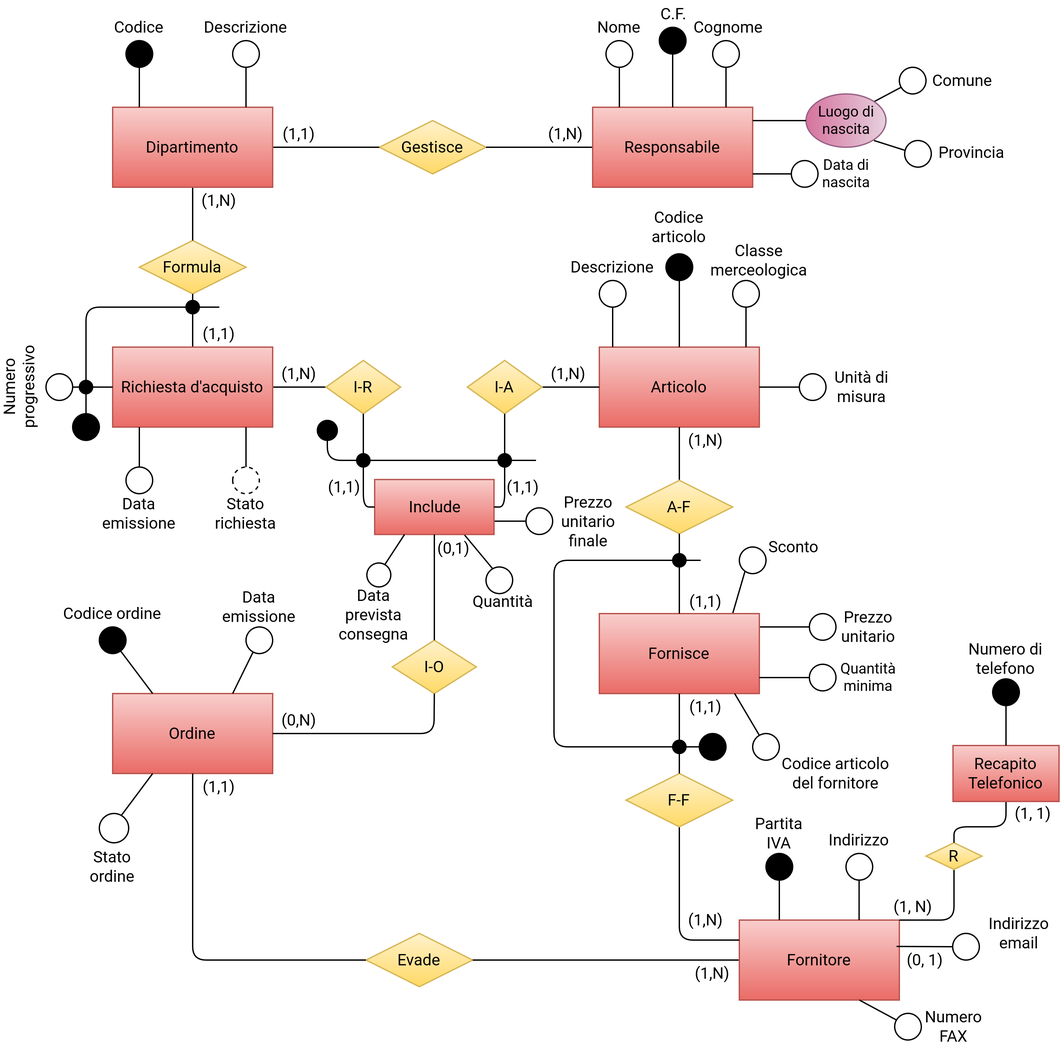
The draw.io diagram ER_final.png in FraBomba6/Progetto_BdD, before a commit. Source tidied: cells renumbered, new cells last; positions are measured from the earlier drawing's top-left corner, leaving out a move shared by most shapes.
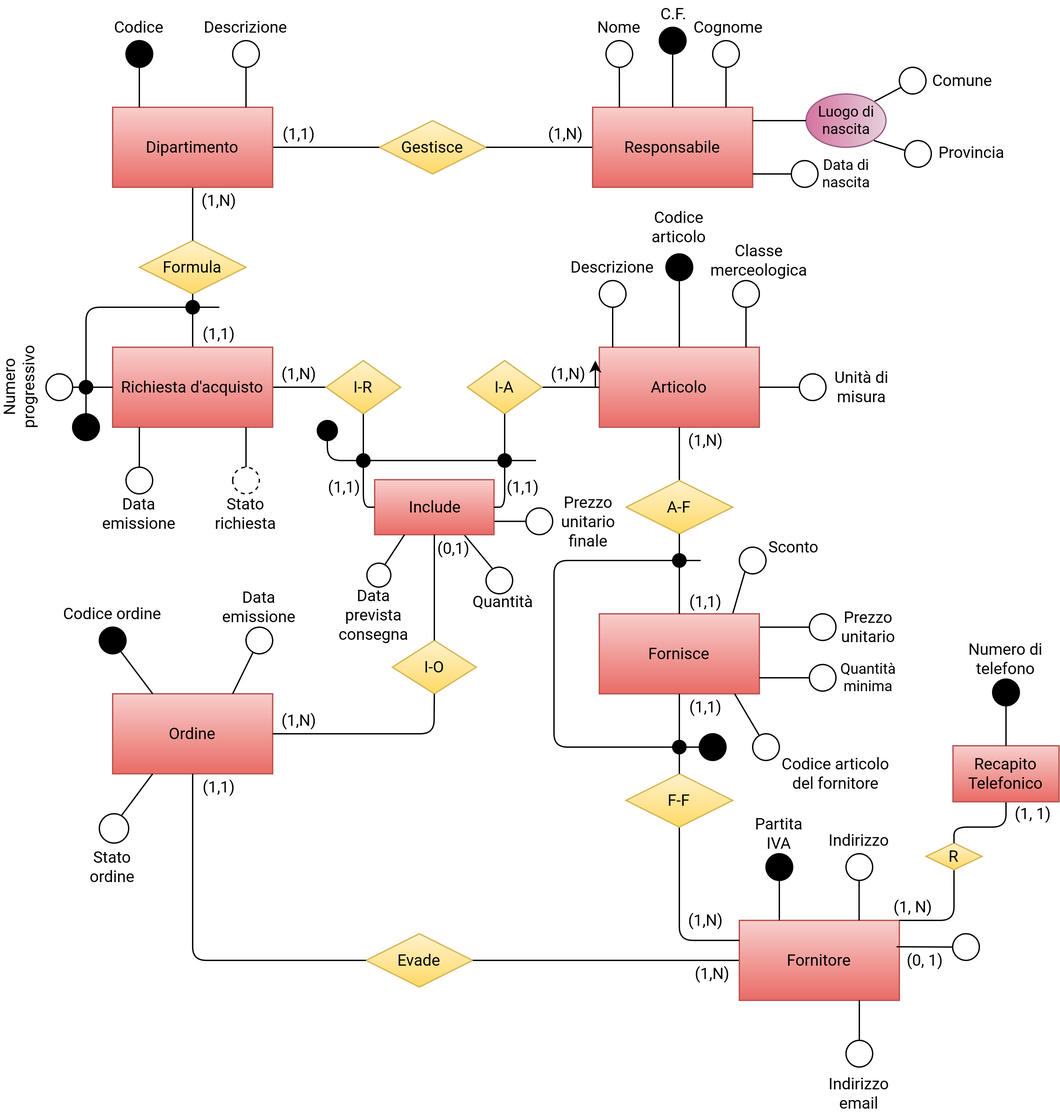
After the commit.

Diff of the diagram source:
```diff
@@ -224,7 +224,7 @@
     <mxCell id="71" value="(1,N)" style="text;html=1;strokeColor=none;fillColor=none;align=center;verticalAlign=middle;whiteSpace=wrap;rounded=0;fontFamily=Roboto;fontSource=https%3A%2F%2Ffonts.googleapis.com%2Fcss%3Ffamily%3DRoboto;" parent="1" vertex="1">
       <mxGeometry x="515" y="320" width="40" height="20" as="geometry" />
     </mxCell>
-    <mxCell id="72" value="(0,N)" style="text;html=1;strokeColor=none;fillColor=none;align=center;verticalAlign=middle;whiteSpace=wrap;rounded=0;fontFamily=Roboto;fontSource=https%3A%2F%2Ffonts.googleapis.com%2Fcss%3Ffamily%3DRoboto;" parent="1" vertex="1">
+    <mxCell id="72" value="(1,N)" style="text;html=1;strokeColor=none;fillColor=none;align=center;verticalAlign=middle;whiteSpace=wrap;rounded=0;fontFamily=Roboto;fontSource=https%3A%2F%2Ffonts.googleapis.com%2Fcss%3Ffamily%3DRoboto;" parent="1" vertex="1">
       <mxGeometry x="210" y="530" width="40" height="20" as="geometry" />
     </mxCell>
     <mxCell id="73" value="(1,N)" style="text;html=1;strokeColor=none;fillColor=none;align=center;verticalAlign=middle;whiteSpace=wrap;rounded=0;fontFamily=Roboto;fontSource=https%3A%2F%2Ffonts.googleapis.com%2Fcss%3Ffamily%3DRoboto;" parent="1" vertex="1">
@@ -283,23 +283,14 @@
       </mxGeometry>
     </mxCell>
     <mxCell id="88" value="Indirizzo email" style="text;html=1;strokeColor=none;fillColor=none;align=center;verticalAlign=middle;whiteSpace=wrap;rounded=0;fontFamily=Roboto;fontSource=https%3A%2F%2Ffonts.googleapis.com%2Fcss%3Ffamily%3DRoboto;" parent="1" vertex="1">
-      <mxGeometry x="750" y="690" width="40" height="20" as="geometry" />
+      <mxGeometry x="630" y="810" width="40" height="20" as="geometry" />
     </mxCell>
-    <mxCell id="89" value="Numero FAX" style="text;html=1;strokeColor=none;fillColor=none;align=center;verticalAlign=middle;whiteSpace=wrap;rounded=0;fontFamily=Roboto;fontSource=https%3A%2F%2Ffonts.googleapis.com%2Fcss%3Ffamily%3DRoboto;" parent="1" vertex="1">
-      <mxGeometry x="701" y="760" width="40" height="20" as="geometry" />
-    </mxCell>
-    <mxCell id="90" style="ellipse;whiteSpace=wrap;html=1;fontFamily=Roboto;fontSource=https%3A%2F%2Ffonts.googleapis.com%2Fcss%3Ffamily%3DRoboto;rotation=30;" parent="1" vertex="1">
-      <mxGeometry x="676.5" y="760" width="20" height="20" as="geometry" />
-    </mxCell>
     <mxCell id="91" style="ellipse;whiteSpace=wrap;html=1;fontFamily=Roboto;fontSource=https%3A%2F%2Ffonts.googleapis.com%2Fcss%3Ffamily%3DRoboto;" parent="1" vertex="1">
       <mxGeometry x="720" y="700" width="20" height="20" as="geometry" />
     </mxCell>
     <mxCell id="92" style="endArrow=none;html=1;entryX=0;entryY=0.5;entryDx=0;entryDy=0;fontFamily=Roboto;fontSource=https%3A%2F%2Ffonts.googleapis.com%2Fcss%3Ffamily%3DRoboto;exitX=-0.027;exitY=-0.011;exitDx=0;exitDy=0;exitPerimeter=0;" parent="1" edge="1" source="108" target="91">
       <mxGeometry x="560" y="640" as="geometry" />
     </mxCell>
-    <mxCell id="93" style="endArrow=none;html=1;entryX=0;entryY=0.5;entryDx=0;entryDy=0;fontFamily=Roboto;fontSource=https%3A%2F%2Ffonts.googleapis.com%2Fcss%3Ffamily%3DRoboto;exitX=0.75;exitY=1;exitDx=0;exitDy=0;" parent="1" edge="1" source="83" target="90">
-      <mxGeometry x="560" y="640" as="geometry" />
-    </mxCell>
     <mxCell id="94" style="group;fontFamily=Roboto;fontSource=https%3A%2F%2Ffonts.googleapis.com%2Fcss%3Ffamily%3DRoboto;" parent="1" vertex="1">
       <mxGeometry x="570" y="620" width="40" height="70" as="geometry" />
     </mxCell>
@@ -626,5 +617,20 @@
     <mxCell id="179" style="ellipse;fontFamily=Roboto;fontSource=https%3A%2F%2Ffonts.googleapis.com%2Fcss%3Ffamily%3DRoboto;rotation=-225;" parent="1" vertex="1">
       <mxGeometry x="612.5" y="498" width="20" height="20" as="geometry" />
     </mxCell>
+    <mxCell id="180" style="edgeStyle=orthogonalEdgeStyle;rounded=0;orthogonalLoop=1;jettySize=auto;html=1;exitX=0.75;exitY=1;exitDx=0;exitDy=0;entryX=1;entryY=0;entryDx=0;entryDy=0;" parent="1" edge="1" source="70" target="70">
+      <mxGeometry relative="1" as="geometry" />
+    </mxCell>
+    <mxCell id="181" style="group;rotation=-180;" parent="1" vertex="1">
+      <mxGeometry x="640" y="750" width="20" height="50" as="geometry" />
+    </mxCell>
+    <mxCell id="182" style="endArrow=none;html=1;fontFamily=Roboto;fontSource=https%3A%2F%2Ffonts.googleapis.com%2Fcss%3Ffamily%3DRoboto;" parent="181" edge="1">
+      <mxGeometry x="50" y="20" as="geometry">
+        <mxPoint x="10" as="sourcePoint" />
+        <mxPoint x="10" y="30" as="targetPoint" />
+      </mxGeometry>
+    </mxCell>
+    <mxCell id="183" style="ellipse;whiteSpace=wrap;html=1;fontFamily=Roboto;fontSource=https%3A%2F%2Ffonts.googleapis.com%2Fcss%3Ffamily%3DRoboto;rotation=-180;" parent="181" vertex="1">
+      <mxGeometry y="30" width="20" height="20" as="geometry" />
+    </mxCell>
   </root>
 </mxGraphModel>
```
